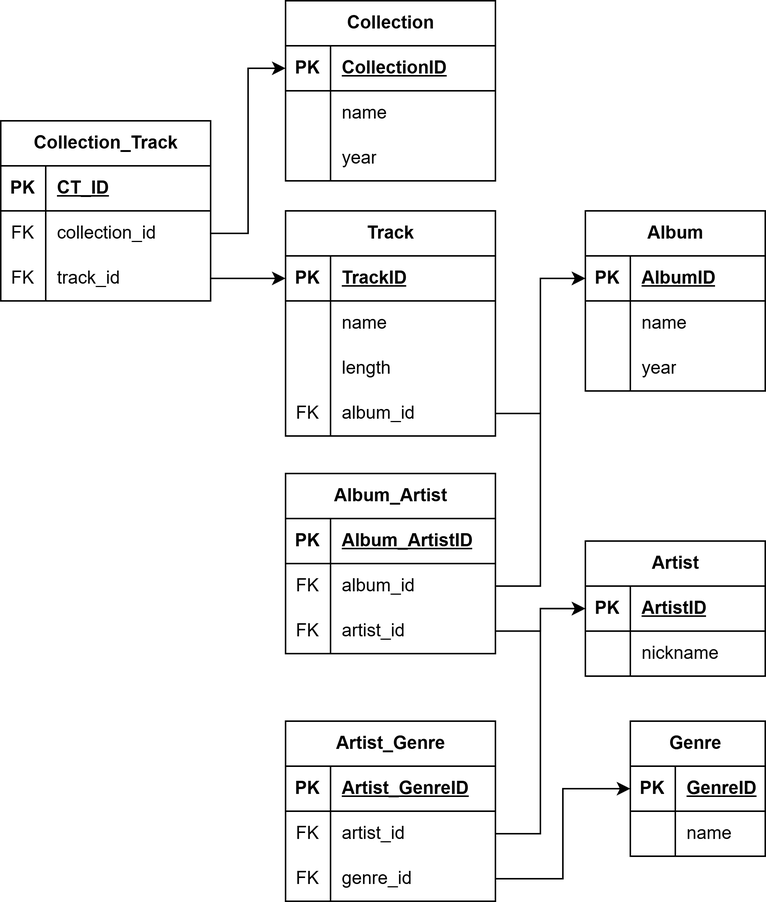
This is Music.png from ignatevmc94/Music-psql, a draw.io export, as it was before one commit. Source tidied: cells renumbered, new cells last; positions are measured from the earlier drawing's top-left corner, leaving out a move shared by most shapes.
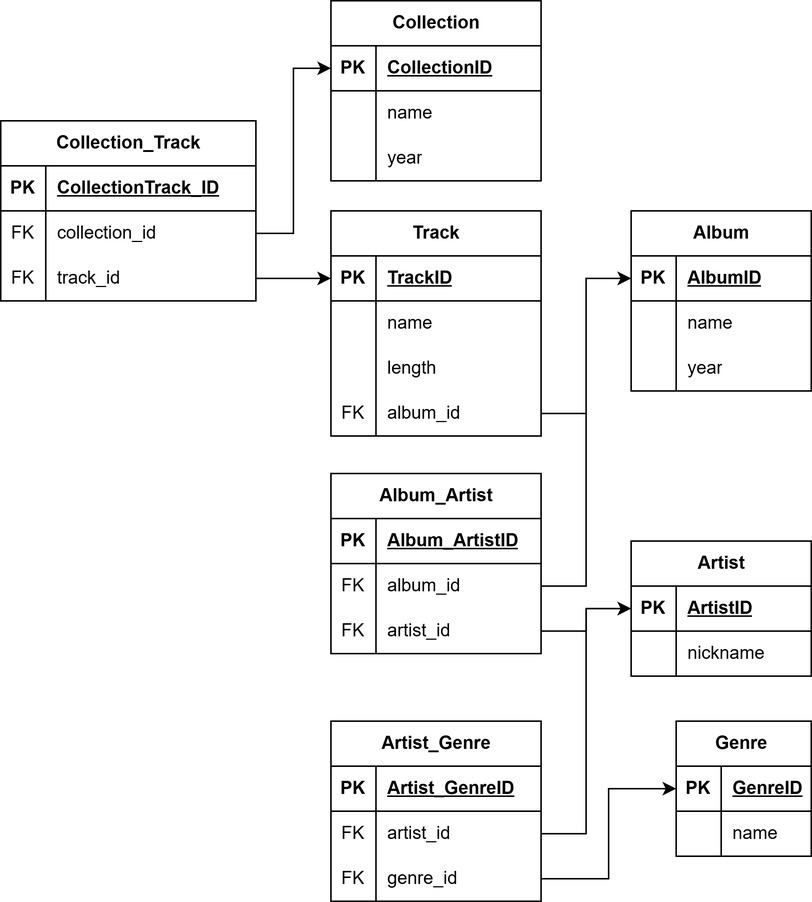
The same file after the commit.

The edit, as a diff of the source:
```diff
@@ -219,34 +219,34 @@
       <mxGeometry relative="1" as="geometry" />
     </mxCell>
     <mxCell id="74" value="Collection_Track" style="shape=table;startSize=30;rowLines=0;fontStyle=1;align=center;html=1;" parent="1" vertex="1">
-      <mxGeometry y="80" width="140" height="120" as="geometry" />
+      <mxGeometry x="-30" y="80" width="170" height="120" as="geometry" />
     </mxCell>
     <mxCell id="75" style="shape=tableRow;horizontal=0;startSize=0;swimlaneHead=0;swimlaneBody=0;fillColor=none;top=0;left=0;right=0;bottom=1;" parent="74" vertex="1">
-      <mxGeometry y="30" width="140" height="30" as="geometry" />
+      <mxGeometry y="30" width="170" height="30" as="geometry" />
     </mxCell>
     <mxCell id="76" value="PK" style="shape=partialRectangle;fillColor=none;top=0;left=0;bottom=0;right=0;fontStyle=1;overflow=hidden;whiteSpace=wrap;html=1;" parent="75" vertex="1">
       <mxGeometry width="30" height="30" as="geometry" />
     </mxCell>
-    <mxCell id="77" value="CT_ID" style="shape=partialRectangle;fillColor=none;top=0;left=0;bottom=0;right=0;align=left;spacingLeft=6;fontStyle=5;overflow=hidden;whiteSpace=wrap;html=1;" parent="75" vertex="1">
-      <mxGeometry x="30" width="110" height="30" as="geometry" />
+    <mxCell id="77" value="CollectionTrack_ID" style="shape=partialRectangle;fillColor=none;top=0;left=0;bottom=0;right=0;align=left;spacingLeft=6;fontStyle=5;overflow=hidden;whiteSpace=wrap;html=1;" parent="75" vertex="1">
+      <mxGeometry x="30" width="140" height="30" as="geometry" />
     </mxCell>
     <mxCell id="78" style="shape=tableRow;horizontal=0;startSize=0;swimlaneHead=0;swimlaneBody=0;fillColor=none;points=[[0,0.5],[1,0.5]];portConstraint=eastwest;top=0;left=0;right=0;bottom=0;" parent="74" vertex="1">
-      <mxGeometry y="60" width="140" height="30" as="geometry" />
+      <mxGeometry y="60" width="170" height="30" as="geometry" />
     </mxCell>
     <mxCell id="79" value="FK" style="shape=partialRectangle;fillColor=none;top=0;left=0;bottom=0;right=0;overflow=hidden;whiteSpace=wrap;html=1;" parent="78" vertex="1">
       <mxGeometry width="30" height="30" as="geometry" />
     </mxCell>
     <mxCell id="80" value="collection_id" style="shape=partialRectangle;fillColor=none;top=0;left=0;bottom=0;right=0;align=left;spacingLeft=6;overflow=hidden;whiteSpace=wrap;html=1;" parent="78" vertex="1">
-      <mxGeometry x="30" width="110" height="30" as="geometry" />
+      <mxGeometry x="30" width="140" height="30" as="geometry" />
     </mxCell>
     <mxCell id="81" style="shape=tableRow;horizontal=0;startSize=0;swimlaneHead=0;swimlaneBody=0;fillColor=none;points=[[0,0.5],[1,0.5]];portConstraint=eastwest;top=0;left=0;right=0;bottom=0;" parent="74" vertex="1">
-      <mxGeometry y="90" width="140" height="30" as="geometry" />
+      <mxGeometry y="90" width="170" height="30" as="geometry" />
     </mxCell>
     <mxCell id="82" value="FK" style="shape=partialRectangle;fillColor=none;top=0;left=0;bottom=0;right=0;overflow=hidden;whiteSpace=wrap;html=1;" parent="81" vertex="1">
       <mxGeometry width="30" height="30" as="geometry" />
     </mxCell>
     <mxCell id="83" value="track_id" style="shape=partialRectangle;fillColor=none;top=0;left=0;bottom=0;right=0;align=left;spacingLeft=6;overflow=hidden;whiteSpace=wrap;html=1;" parent="81" vertex="1">
-      <mxGeometry x="30" width="110" height="30" as="geometry" />
+      <mxGeometry x="30" width="140" height="30" as="geometry" />
     </mxCell>
     <mxCell id="84" style="edgeStyle=orthogonalEdgeStyle;rounded=0;jettySize=auto;html=1;exitX=1;exitY=0.5;exitDx=0;exitDy=0;" parent="1" edge="1" source="81" target="17">
       <mxGeometry relative="1" as="geometry" />
```
